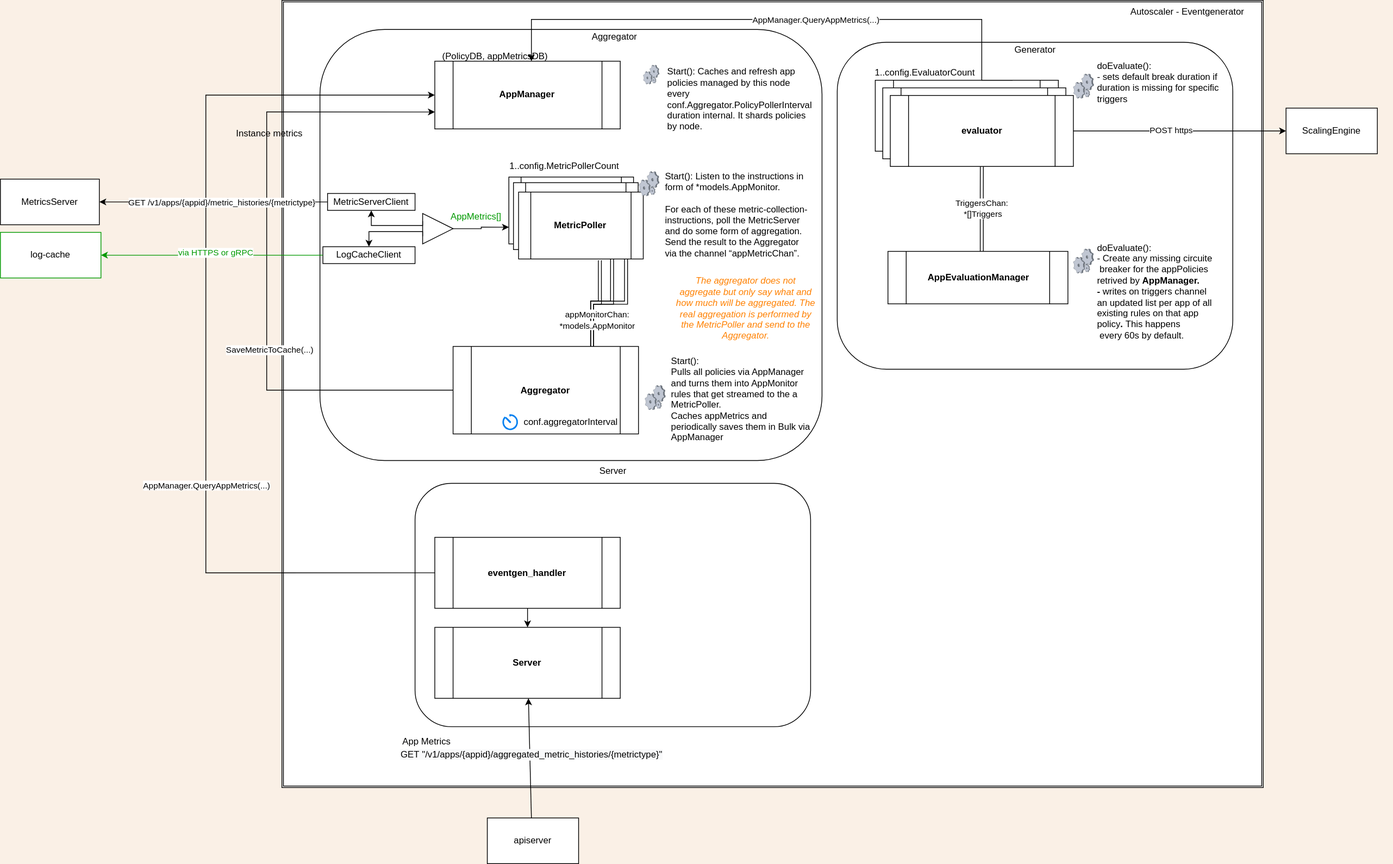
Before: docs/images/eventgenerator.svg, a diagram exported from draw.io (cloudfoundry/app-autoscaler-release). Source tidied: cells renumbered, new cells last; positions are measured from the earlier drawing's top-left corner, leaving out a move shared by most shapes.
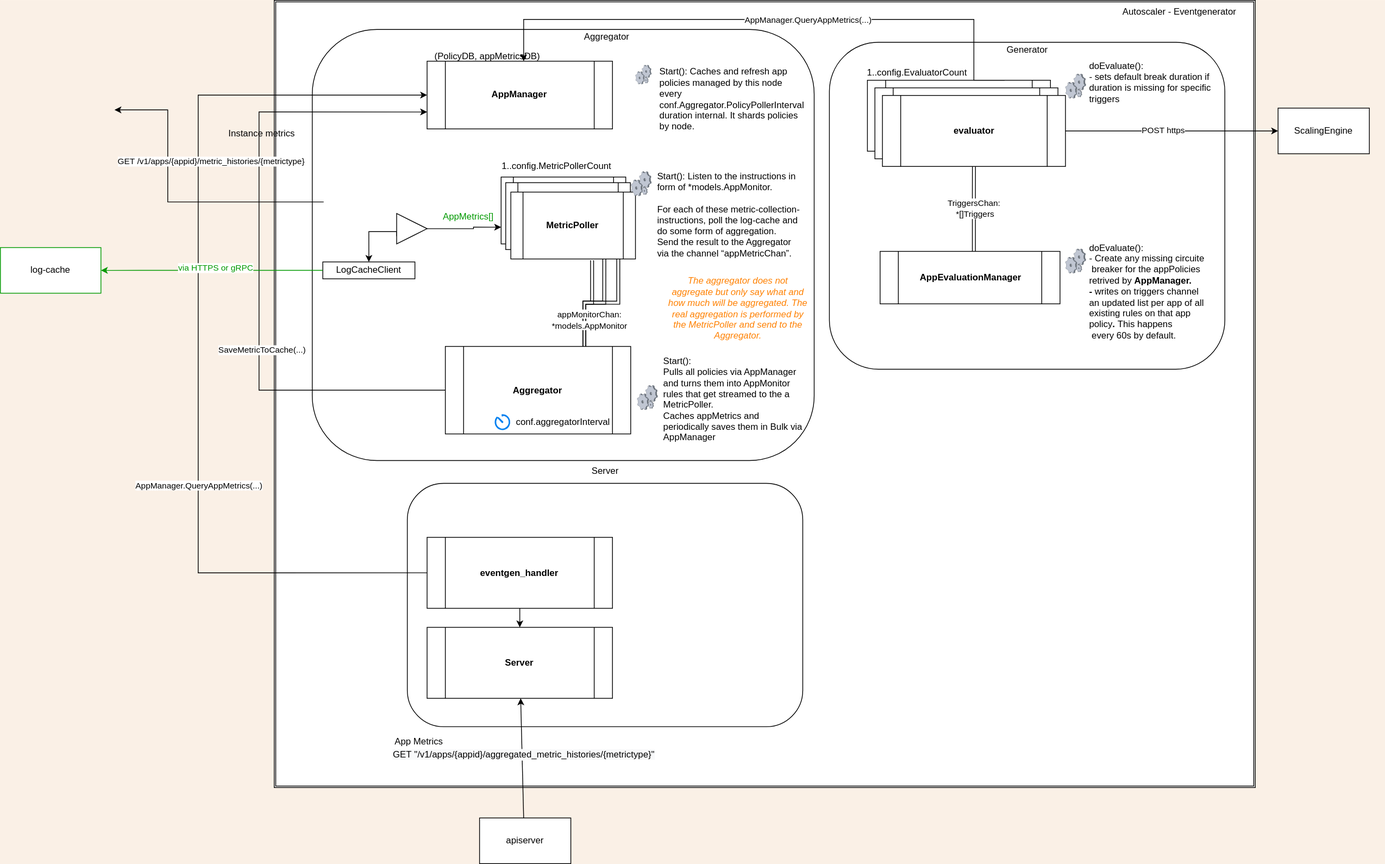
The same diagram one commit later.

Commit message:
remove metricsserver and metricsgateway from drawings, delete outdated docu

The edit, as a diff of the source:
```diff
@@ -69,7 +69,7 @@
     <mxCell id="21" style="verticalLabelPosition=bottom;sketch=0;html=1;verticalAlign=top;strokeColor=none;align=center;shape=mxgraph.citrix.process;" parent="4" vertex="1">
       <mxGeometry x="294.2" y="170" width="26.8" height="32" as="geometry" />
     </mxCell>
-    <mxCell id="22" value="&lt;div&gt;Start(): Listen to the instructions in form of *models.AppMonitor. &lt;br&gt;&lt;/div&gt;&lt;div&gt;&lt;br&gt;&lt;/div&gt;&lt;div&gt;For each of these metric-collection-instructions, poll the MetricServer and do some form of aggregation. Send the result to the Aggregator via the channel “appMetricChan”.&lt;/div&gt;" style="text;html=1;strokeColor=none;fillColor=none;align=left;verticalAlign=middle;whiteSpace=wrap;rounded=0;" parent="4" vertex="1">
+    <mxCell id="22" value="&lt;div&gt;Start(): Listen to the instructions in form of *models.AppMonitor. &lt;br&gt;&lt;/div&gt;&lt;div&gt;&lt;br&gt;&lt;/div&gt;&lt;div&gt;For each of these metric-collection-instructions, poll the log-cache and do some form of aggregation. Send the result to the Aggregator via the channel “appMetricChan”.&lt;/div&gt;" style="text;html=1;strokeColor=none;fillColor=none;align=left;verticalAlign=middle;whiteSpace=wrap;rounded=0;" parent="4" vertex="1">
       <mxGeometry x="326.8" y="170" width="190" height="114.4" as="geometry" />
     </mxCell>
     <mxCell id="23" style="verticalLabelPosition=bottom;sketch=0;html=1;verticalAlign=top;strokeColor=none;align=center;shape=mxgraph.citrix.process;" parent="4" vertex="1">
@@ -115,17 +115,6 @@
     <mxCell id="34" value="AppMetrics[]" style="text;html=1;align=center;verticalAlign=middle;strokeColor=none;fillColor=none;fontColor=#009900;" parent="4" vertex="1">
       <mxGeometry x="40" y="220" width="80" height="20" as="geometry" />
     </mxCell>
-    <mxCell id="35" style="edgeStyle=orthogonalEdgeStyle;rounded=0;jettySize=auto;html=1;exitX=1;exitY=0.5;exitDx=0;exitDy=0;entryX=0;entryY=0.75;entryDx=0;entryDy=0;" parent="4" edge="1" source="36" target="16">
-      <mxGeometry relative="1" as="geometry">
-        <Array as="points">
-          <mxPoint x="87" y="245" />
-          <mxPoint x="87" y="243" />
-        </Array>
-      </mxGeometry>
-    </mxCell>
-    <mxCell id="36" style="triangle;whiteSpace=wrap;html=1;" parent="4" vertex="1">
-      <mxGeometry x="10" y="225.2" width="40" height="40" as="geometry" />
-    </mxCell>
     <mxCell id="37" value="conf.aggregatorInterval" style="text;html=1;strokeColor=none;fillColor=none;align=center;verticalAlign=middle;whiteSpace=wrap;rounded=0;" parent="4" vertex="1">
       <mxGeometry x="175" y="485" width="60" height="30" as="geometry" />
     </mxCell>
@@ -197,8 +186,10 @@
     <mxCell id="58" value="doEvaluate(): &lt;br&gt;- sets default break duration if&amp;nbsp;&lt;br&gt;duration is missing for specific&amp;nbsp;&lt;br&gt;triggers&lt;br&gt;&lt;span style=&quot;color: rgba(0 , 0 , 0 , 0) ; font-family: monospace ; font-size: 0px&quot;&gt;%3CmxGraphModel%3E%3Croot%3E%3CmxCell%20id%3D%220%22%2F%3E%3CmxCell%20id%3D%221%22%20parent%3D%220%22%2F%3E%3CmxCell%20id%3D%222%22%20value%3D%22%22%20style%3D%22group%22%20vertex%3D%221%22%20connectable%3D%220%22%20parent%3D%221%22%3E%3CmxGeometry%20x%3D%2210%22%20y%3D%2275%22%20width%3D%22230%22%20height%3D%2289.99999999999999%22%20as%3D%22geometry%22%2F%3E%3C%2FmxCell%3E%3CmxCell%20id%3D%223%22%20value%3D%22%22%20style%3D%22verticalLabelPosition%3Dbottom%3Bsketch%3D0%3Baspect%3Dfixed%3Bhtml%3D1%3BverticalAlign%3Dtop%3BstrokeColor%3Dnone%3Balign%3Dcenter%3BoutlineConnect%3D0%3Bshape%3Dmxgraph.citrix.process%3B%22%20vertex%3D%221%22%20parent%3D%222%22%3E%3CmxGeometry%20y%3D%2221.67%22%20width%3D%2226.84%22%20height%3D%2232%22%20as%3D%22geometry%22%2F%3E%3C%2FmxCell%3E%3CmxCell%20id%3D%224%22%20value%3D%22Start()%3A%20Caches%20and%20refresh%20app%20%26lt%3Bbr%26gt%3Bpolicies%20managed%20by%20this%20%26lt%3Bbr%26gt%3BeventGenerator%20node%20every%20x%20time%20%26lt%3Bbr%26gt%3Binternal.%20It%20shards%20policies%20by%20%26lt%3Bbr%26gt%3BeventGenerator%26amp%3Bnbsp%3Bnode.%26lt%3Bbr%26gt%3B%26amp%3Bnbsp%3B%22%20style%3D%22text%3Bhtml%3D1%3Balign%3Dleft%3BverticalAlign%3Dmiddle%3Bresizable%3D0%3Bpoints%3D%5B%5D%3Bautosize%3D1%3BstrokeColor%3Dnone%3BfillColor%3Dnone%3B%22%20vertex%3D%221%22%20parent%3D%222%22%3E%3CmxGeometry%20x%3D%2229.999999999999943%22%20width%3D%22200%22%20height%3D%2290%22%20as%3D%22geometry%22%2F%3E%3C%2FmxCell%3E%3C%2Froot%3E%3C%2FmxGraphModel%3ECra&lt;/span&gt;&lt;b&gt;&lt;br&gt;&lt;/b&gt;" style="text;html=1;align=left;verticalAlign=middle;strokeColor=none;fillColor=none;" parent="39" vertex="1">
       <mxGeometry x="340.4" y="20" width="180" height="80" as="geometry" />
     </mxCell>
-    <mxCell id="59" style="edgeStyle=orthogonalEdgeStyle;rounded=0;jettySize=auto;html=1;entryX=1;entryY=0.5;entryDx=0;entryDy=0;exitX=0;exitY=0.5;exitDx=0;exitDy=0;" parent="1" edge="1" source="73" target="61">
+    <mxCell id="59" style="edgeStyle=orthogonalEdgeStyle;rounded=0;orthogonalLoop=1;jettySize=auto;html=1;entryX=1;entryY=0.5;entryDx=0;entryDy=0;exitX=0;exitY=0.5;exitDx=0;exitDy=0;" parent="1" edge="1">
       <mxGeometry relative="1" as="geometry">
+        <mxPoint x="430" y="265" as="sourcePoint" />
+        <mxPoint x="160" y="144" as="targetPoint" />
         <Array as="points">
           <mxPoint x="435" y="265" />
           <mxPoint x="230" y="265" />
@@ -211,9 +202,6 @@
         <mxPoint x="55" y="1" as="offset" />
       </mxGeometry>
     </mxCell>
-    <mxCell id="61" value="MetricsServer" style="rounded=0;whiteSpace=wrap;html=1;" parent="1" vertex="1">
-      <mxGeometry y="235" width="130" height="60" as="geometry" />
-    </mxCell>
     <mxCell id="62" value="Aggregator" style="text;html=1;align=center;verticalAlign=middle;strokeColor=none;fillColor=none;" parent="1" vertex="1">
       <mxGeometry x="767.3" y="38.3" width="80" height="20" as="geometry" />
     </mxCell>
@@ -257,11 +245,8 @@
     <mxCell id="72" value="apiserver" style="rounded=0;whiteSpace=wrap;html=1;" parent="1" vertex="1">
       <mxGeometry x="640" y="1075" width="120" height="60" as="geometry" />
     </mxCell>
-    <mxCell id="73" value="&lt;span&gt;MetricServerClient&lt;/span&gt;" style="rounded=0;whiteSpace=wrap;html=1;" parent="1" vertex="1">
-      <mxGeometry x="430" y="253.9" width="115" height="22.2" as="geometry" />
-    </mxCell>
     <mxCell id="74" style="group;" parent="1" vertex="1">
-      <mxGeometry y="305" width="545" height="60" as="geometry" />
+      <mxGeometry x="10" y="325" width="545" height="60" as="geometry" />
     </mxCell>
     <mxCell id="75" value="log-cache" style="rounded=0;whiteSpace=wrap;html=1;fillColor=#FFFFFF;strokeColor=#009900;" parent="74" vertex="1">
       <mxGeometry width="132.1" height="60" as="geometry" />
@@ -283,13 +268,16 @@
         </Array>
       </mxGeometry>
     </mxCell>
-    <mxCell id="80" style="edgeStyle=orthogonalEdgeStyle;rounded=0;jettySize=auto;html=1;exitX=0;exitY=0.25;exitDx=0;exitDy=0;entryX=0.5;entryY=1;entryDx=0;entryDy=0;" parent="1" edge="1" source="36" target="73">
-      <mxGeometry relative="1" as="geometry">
-        <Array as="points">
-          <mxPoint x="555" y="296" />
-          <mxPoint x="488" y="296" />
-        </Array>
-      </mxGeometry>
-    </mxCell>
+    <mxCell id="36" style="triangle;whiteSpace=wrap;html=1;" parent="1" vertex="1">
+      <mxGeometry x="531" y="280.2" width="40" height="40" as="geometry" />
+    </mxCell>
+    <mxCell id="35" style="edgeStyle=orthogonalEdgeStyle;rounded=0;jettySize=auto;html=1;exitX=1;exitY=0.5;exitDx=0;exitDy=0;entryX=0;entryY=0.75;entryDx=0;entryDy=0;" parent="1" edge="1" source="36" target="16">
+      <mxGeometry relative="1" as="geometry">
+        <Array as="points">
+          <mxPoint x="632" y="300" />
+          <mxPoint x="632" y="298" />
+        </Array>
+      </mxGeometry>
+    </mxCell>
   </root>
 </mxGraphModel>
```
